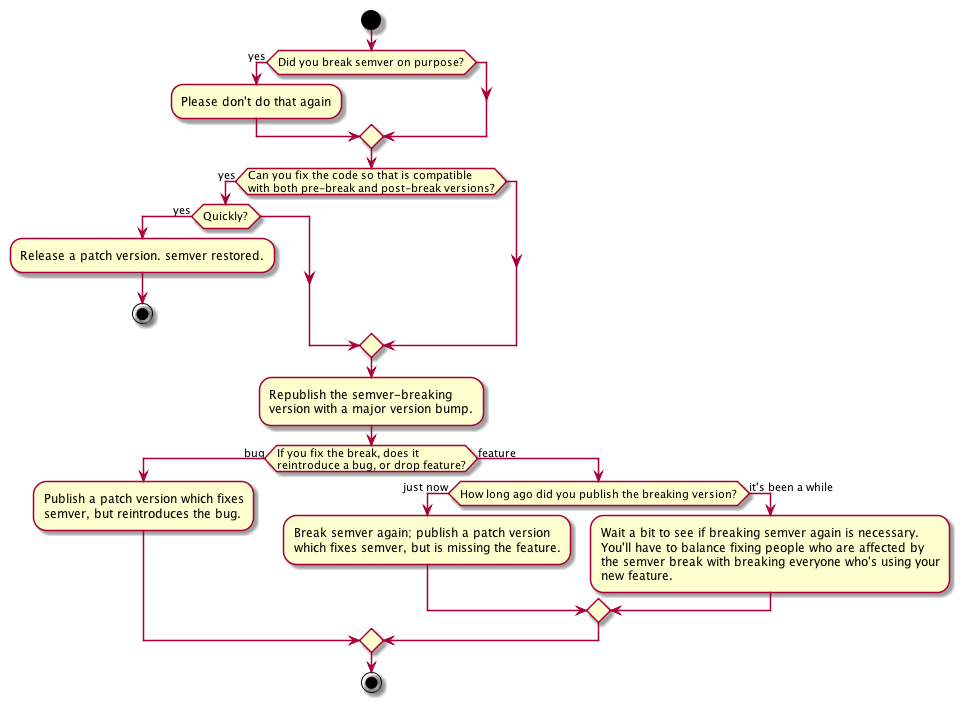
Above: flow-chart.png in building5/you-broke-semver-now-what (PlantUML), before the change. The source it was exported from:
```plantuml
@startuml

start

if (Did you break semver on purpose?) then (yes)
   :Please don't do that again;
endif

if (Can you fix the code so that is compatible\nwith both pre-break and post-break versions?) then (yes)
   if (Quickly?) then (yes)
      :Release a patch version. semver restored.;
      stop
   endif
endif

:Republish the semver-breaking\nversion with a major version bump.;

if (If you fix the break, does it \nreintroduce a bug, or drop feature?) then (bug)
   :Publish a patch version which fixes\nsemver, but reintroduces the bug.;
else (feature)
   if (How long ago did you publish the breaking version?) then (just now)
     :Break semver again; publish a patch version\nwhich fixes semver, but is missing the feature.;
   else (it's been a while)
     :Wait a bit to see if breaking semver again is necessary.\nYou'll have to balance fixing people who are affected by\nthe semver break with breaking everyone who's using your\nnew feature.;
   endif
endif
stop

@enduml
```
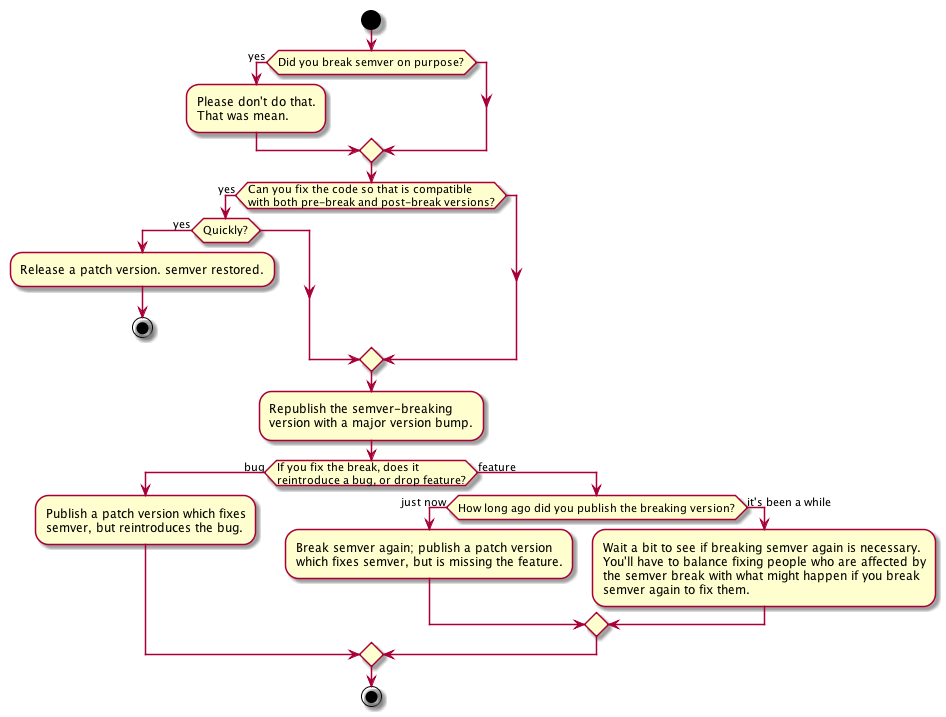
The same file after the commit.

The edit, as a diff of the source:
```diff
@@ -3,7 +3,7 @@
 start
 
 if (Did you break semver on purpose?) then (yes)
-   :Please don't do that again;
+   :Please don't do that.\nThat was mean.;
 endif
 
 if (Can you fix the code so that is compatible\nwith both pre-break and post-break versions?) then (yes)
@@ -21,7 +21,7 @@
    if (How long ago did you publish the breaking version?) then (just now)
      :Break semver again; publish a patch version\nwhich fixes semver, but is missing the feature.;
    else (it's been a while)
-     :Wait a bit to see if breaking semver again is necessary.\nYou'll have to balance fixing people who are affected by\nthe semver break with breaking everyone who's using your\nnew feature.;
+     :Wait a bit to see if breaking semver again is necessary.\nYou'll have to balance fixing people who are affected by\nthe semver break with what might happen if you break\nsemver again to fix them.;
    endif
 endif
 stop
```
